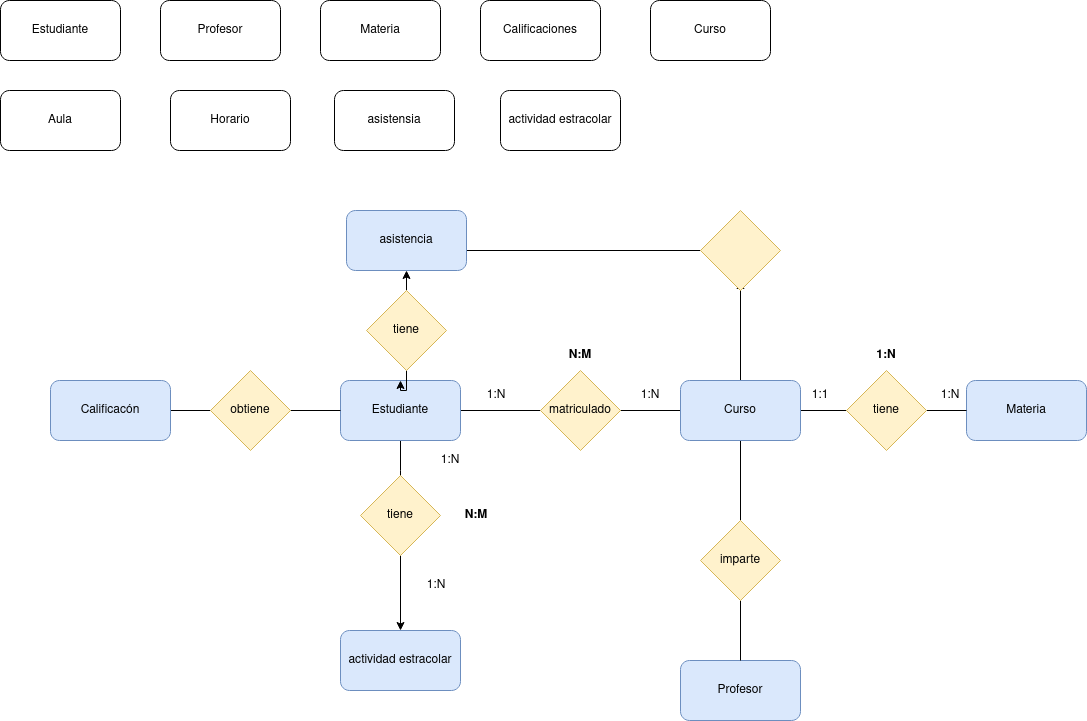
This is Unidad1/tareas/tarea2/Diagrama sin título.drawio.png from lalayond/base-datos-, a draw.io export, as it was before one commit. Source tidied: cells renumbered, new cells last; positions are measured from the earlier drawing's top-left corner, leaving out a move shared by most shapes.
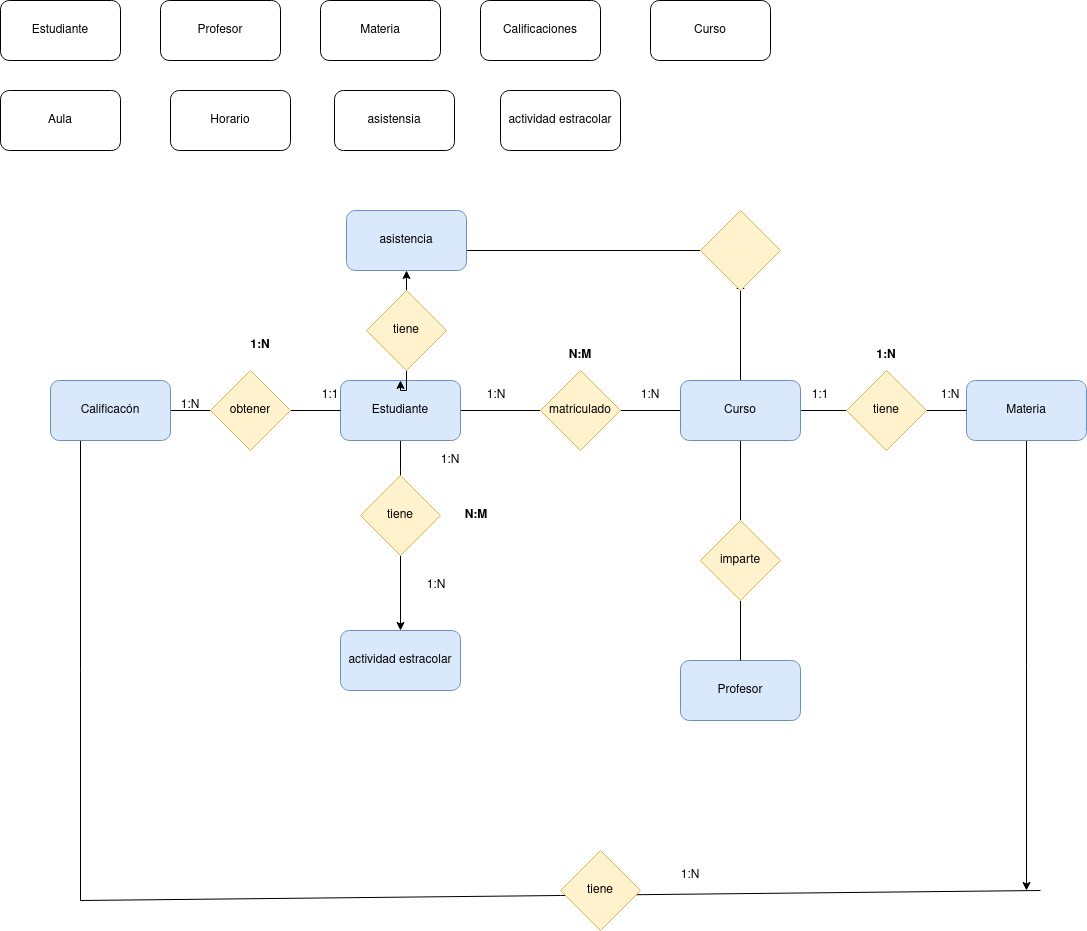
After the commit.

Change to the diagram source:
```diff
@@ -17,6 +17,11 @@
     <mxCell id="6" style="edgeStyle=orthogonalEdgeStyle;rounded=0;jettySize=auto;html=1;exitX=1;exitY=0.5;exitDx=0;exitDy=0;endArrow=none;endFill=0;" parent="1" edge="1" source="7" target="21">
       <mxGeometry relative="1" as="geometry" />
     </mxCell>
+    <mxCell id="48" style="edgeStyle=orthogonalEdgeStyle;rounded=0;jettySize=auto;html=1;exitX=0.25;exitY=1;exitDx=0;exitDy=0;endArrow=none;endFill=0;" parent="1" edge="1" source="7">
+      <mxGeometry relative="1" as="geometry">
+        <mxPoint x="80" y="900" as="targetPoint" />
+      </mxGeometry>
+    </mxCell>
     <mxCell id="7" value="Calificacón" style="rounded=1;whiteSpace=wrap;html=1;fillColor=#dae8fc;strokeColor=#6c8ebf;" parent="1" vertex="1">
       <mxGeometry x="50" y="380" width="120" height="60" as="geometry" />
     </mxCell>
@@ -63,7 +68,7 @@
     <mxCell id="20" style="edgeStyle=orthogonalEdgeStyle;rounded=0;jettySize=auto;html=1;exitX=1;exitY=0.5;exitDx=0;exitDy=0;endArrow=none;endFill=0;" parent="1" edge="1" source="21" target="10">
       <mxGeometry relative="1" as="geometry" />
     </mxCell>
-    <mxCell id="21" value="obtiene" style="rhombus;whiteSpace=wrap;html=1;fillColor=#fff2cc;strokeColor=#d6b656;" parent="1" vertex="1">
+    <mxCell id="21" value="obtener" style="rhombus;whiteSpace=wrap;html=1;fillColor=#fff2cc;strokeColor=#d6b656;" parent="1" vertex="1">
       <mxGeometry x="210" y="370" width="80" height="80" as="geometry" />
     </mxCell>
     <mxCell id="22" style="edgeStyle=orthogonalEdgeStyle;rounded=0;jettySize=auto;html=1;exitX=1;exitY=0.5;exitDx=0;exitDy=0;endArrow=none;endFill=0;" parent="1" edge="1" source="23" target="32">
@@ -103,6 +108,11 @@
     <mxCell id="32" style="rhombus;whiteSpace=wrap;html=1;fillColor=#fff2cc;strokeColor=#d6b656;" parent="1" vertex="1">
       <mxGeometry x="700" y="210" width="80" height="80" as="geometry" />
     </mxCell>
+    <mxCell id="49" style="edgeStyle=orthogonalEdgeStyle;rounded=0;jettySize=auto;html=1;exitX=0.5;exitY=1;exitDx=0;exitDy=0;" parent="1" edge="1" source="33">
+      <mxGeometry relative="1" as="geometry">
+        <mxPoint x="1026" y="890" as="targetPoint" />
+      </mxGeometry>
+    </mxCell>
     <mxCell id="33" value="Materia" style="rounded=1;whiteSpace=wrap;html=1;fillColor=#dae8fc;strokeColor=#6c8ebf;" parent="1" vertex="1">
       <mxGeometry x="966" y="380" width="120" height="60" as="geometry" />
     </mxCell>
@@ -148,5 +158,26 @@
     <mxCell id="47" value="&lt;b&gt;1:N&lt;/b&gt;" style="text;html=1;strokeColor=none;fillColor=none;align=center;verticalAlign=middle;whiteSpace=wrap;rounded=0;" parent="1" vertex="1">
       <mxGeometry x="856" y="340" width="60" height="30" as="geometry" />
     </mxCell>
+    <mxCell id="50" value="1:N" style="text;html=1;strokeColor=none;fillColor=none;align=center;verticalAlign=middle;whiteSpace=wrap;rounded=0;" parent="1" vertex="1">
+      <mxGeometry x="160" y="390" width="60" height="30" as="geometry" />
+    </mxCell>
+    <mxCell id="51" value="1:1" style="text;html=1;strokeColor=none;fillColor=none;align=center;verticalAlign=middle;whiteSpace=wrap;rounded=0;" parent="1" vertex="1">
+      <mxGeometry x="300" y="380" width="60" height="30" as="geometry" />
+    </mxCell>
+    <mxCell id="52" value="&lt;b&gt;1:N&lt;/b&gt;" style="text;html=1;strokeColor=none;fillColor=none;align=center;verticalAlign=middle;whiteSpace=wrap;rounded=0;" parent="1" vertex="1">
+      <mxGeometry x="230" y="330" width="60" height="30" as="geometry" />
+    </mxCell>
+    <mxCell id="53" style="endArrow=none;html=1;rounded=0;" parent="1" edge="1">
+      <mxGeometry relative="1" as="geometry">
+        <mxPoint x="80" y="900" as="sourcePoint" />
+        <mxPoint x="1040" y="890" as="targetPoint" />
+      </mxGeometry>
+    </mxCell>
+    <mxCell id="54" value="tiene" style="rhombus;whiteSpace=wrap;html=1;fillColor=#fff2cc;strokeColor=#d6b656;" parent="1" vertex="1">
+      <mxGeometry x="560" y="850" width="80" height="80" as="geometry" />
+    </mxCell>
+    <mxCell id="55" value="1:N" style="text;html=1;strokeColor=none;fillColor=none;align=center;verticalAlign=middle;whiteSpace=wrap;rounded=0;" parent="1" vertex="1">
+      <mxGeometry x="660" y="860" width="60" height="30" as="geometry" />
+    </mxCell>
   </root>
 </mxGraphModel>
```
